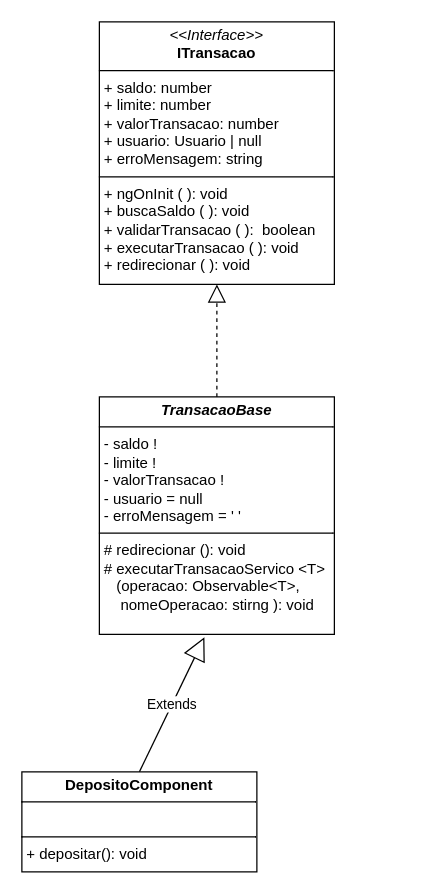
Above: transacao.drawio in alejandrolafuente/SistemaBanco (draw.io), before the change. Source tidied: cells renumbered, new cells numbered last; positions are measured from the earlier drawing's top-left corner, leaving out a move shared by most shapes. Both pictures are drawn from the tidied source at 125%, with x=0, y=0 at pixel (21, 21).
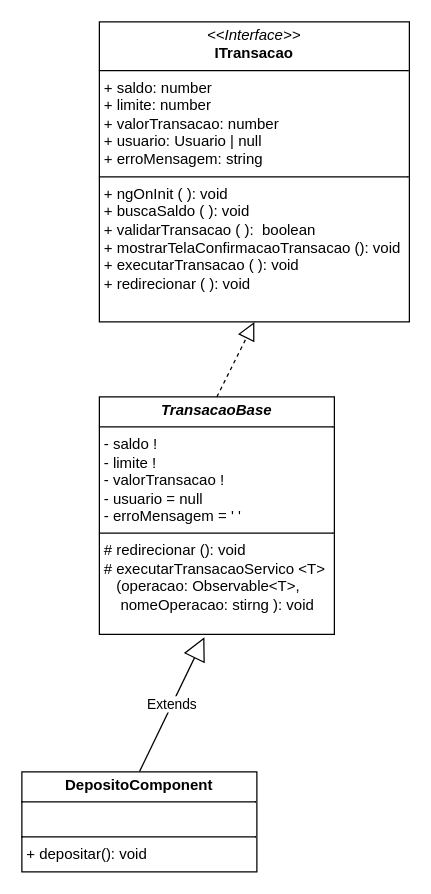
After the change.

The edit, as a diff of the source:
```diff
@@
 <mxGraphModel>
   <root>
     <mxCell id="0" />
     <mxCell id="1" parent="0" />
-    <mxCell id="2" value="&lt;p style=&quot;margin:0px;margin-top:4px;text-align:center;&quot;&gt;&lt;i&gt;&amp;lt;&amp;lt;Interface&amp;gt;&amp;gt;&lt;/i&gt;&lt;br&gt;&lt;b&gt;ITransacao&lt;/b&gt;&lt;/p&gt;&lt;hr size=&quot;1&quot; style=&quot;border-style:solid;&quot;&gt;&lt;p style=&quot;margin:0px;margin-left:4px;&quot;&gt;+ saldo: number&lt;br&gt;+ limite: number&lt;/p&gt;&lt;p style=&quot;margin:0px;margin-left:4px;&quot;&gt;+ valorTransacao: number&lt;/p&gt;&lt;p style=&quot;margin:0px;margin-left:4px;&quot;&gt;+ usuario: Usuario | null&lt;/p&gt;&lt;p style=&quot;margin:0px;margin-left:4px;&quot;&gt;+ erroMensagem: string&lt;/p&gt;&lt;hr size=&quot;1&quot; style=&quot;border-style:solid;&quot;&gt;&lt;p style=&quot;margin:0px;margin-left:4px;&quot;&gt;+ ngOnInit ( ): void&lt;/p&gt;&lt;p style=&quot;margin:0px;margin-left:4px;&quot;&gt;+ buscaSaldo ( ): void&lt;/p&gt;&lt;p style=&quot;margin:0px;margin-left:4px;&quot;&gt;+ validarTransacao ( ):&amp;nbsp; boolean&lt;/p&gt;&lt;p style=&quot;margin:0px;margin-left:4px;&quot;&gt;+ executarTransacao ( ): void&lt;/p&gt;&lt;p style=&quot;margin:0px;margin-left:4px;&quot;&gt;+ redirecionar ( ): void&lt;/p&gt;" style="verticalAlign=top;align=left;overflow=fill;html=1;whiteSpace=wrap;" parent="1" vertex="1">
-      <mxGeometry x="62" width="188" height="210" as="geometry" />
+    <mxCell id="2" value="&lt;p style=&quot;margin:0px;margin-top:4px;text-align:center;&quot;&gt;&lt;i&gt;&amp;lt;&amp;lt;Interface&amp;gt;&amp;gt;&lt;/i&gt;&lt;br&gt;&lt;b&gt;ITransacao&lt;/b&gt;&lt;/p&gt;&lt;hr size=&quot;1&quot; style=&quot;border-style:solid;&quot;&gt;&lt;p style=&quot;margin:0px;margin-left:4px;&quot;&gt;+ saldo: number&lt;br&gt;+ limite: number&lt;/p&gt;&lt;p style=&quot;margin:0px;margin-left:4px;&quot;&gt;+ valorTransacao: number&lt;/p&gt;&lt;p style=&quot;margin:0px;margin-left:4px;&quot;&gt;+ usuario: Usuario | null&lt;/p&gt;&lt;p style=&quot;margin:0px;margin-left:4px;&quot;&gt;+ erroMensagem: string&lt;/p&gt;&lt;hr size=&quot;1&quot; style=&quot;border-style:solid;&quot;&gt;&lt;p style=&quot;margin:0px;margin-left:4px;&quot;&gt;+ ngOnInit ( ): void&lt;/p&gt;&lt;p style=&quot;margin:0px;margin-left:4px;&quot;&gt;+ buscaSaldo ( ): void&lt;/p&gt;&lt;p style=&quot;margin:0px;margin-left:4px;&quot;&gt;+ validarTransacao ( ):&amp;nbsp; boolean&lt;/p&gt;&lt;p style=&quot;margin:0px;margin-left:4px;&quot;&gt;+ mostrarTelaConfirmacaoTransacao (): void&lt;/p&gt;&lt;p style=&quot;margin:0px;margin-left:4px;&quot;&gt;+ executarTransacao ( ): void&lt;/p&gt;&lt;p style=&quot;margin:0px;margin-left:4px;&quot;&gt;+ redirecionar ( ): void&lt;/p&gt;" style="verticalAlign=top;align=left;overflow=fill;html=1;whiteSpace=wrap;" parent="1" vertex="1">
+      <mxGeometry x="62" width="248" height="240" as="geometry" />
     </mxCell>
     <mxCell id="3" style="endArrow=block;dashed=1;endFill=0;endSize=12;html=1;exitX=0.5;exitY=0;exitDx=0;exitDy=0;entryX=0.5;entryY=1;entryDx=0;entryDy=0;" parent="1" edge="1" source="4" target="2">
       <mxGeometry relative="1" as="geometry" />
     </mxCell>
     <mxCell id="4" value="&lt;p style=&quot;margin:0px;margin-top:4px;text-align:center;&quot;&gt;&lt;b&gt;&lt;i&gt;TransacaoBase&lt;/i&gt;&lt;/b&gt;&lt;/p&gt;&lt;hr size=&quot;1&quot; style=&quot;border-style:solid;&quot;&gt;&lt;p style=&quot;margin:0px;margin-left:4px;&quot;&gt;- saldo !&amp;nbsp;&lt;br&gt;- limite !&amp;nbsp;&lt;/p&gt;&lt;p style=&quot;margin:0px;margin-left:4px;&quot;&gt;- valorTransacao !&lt;/p&gt;&lt;p style=&quot;margin:0px;margin-left:4px;&quot;&gt;- usuario = null&lt;/p&gt;&lt;p style=&quot;margin:0px;margin-left:4px;&quot;&gt;- erroMensagem = ' '&lt;/p&gt;&lt;hr size=&quot;1&quot; style=&quot;border-style:solid;&quot;&gt;&lt;p style=&quot;margin:0px;margin-left:4px;&quot;&gt;# redirecionar (): void&lt;/p&gt;&lt;p style=&quot;margin:0px;margin-left:4px;&quot;&gt;# executarTransacaoServico &amp;lt;T&amp;gt;&lt;/p&gt;&lt;p style=&quot;margin:0px;margin-left:4px;&quot;&gt;&amp;nbsp; &amp;nbsp;(operacao: Observable&amp;lt;T&amp;gt;,&amp;nbsp; &amp;nbsp; &amp;nbsp; &amp;nbsp; &amp;nbsp; &amp;nbsp; nomeOperacao: stirng ): void&lt;/p&gt;" style="verticalAlign=top;align=left;overflow=fill;html=1;whiteSpace=wrap;" parent="1" vertex="1">
       <mxGeometry x="62" y="300" width="188" height="190" as="geometry" />
     </mxCell>
     <mxCell id="5" value="Extends" style="endArrow=block;endSize=16;endFill=0;html=1;entryX=0.447;entryY=1.012;entryDx=0;entryDy=0;entryPerimeter=0;exitX=0.5;exitY=0;exitDx=0;exitDy=0;" parent="1" edge="1" source="6" target="4">
       <mxGeometry relative="1" as="geometry" />
     </mxCell>
     <mxCell id="6" value="&lt;p style=&quot;margin:0px;margin-top:4px;text-align:center;&quot;&gt;&lt;b&gt;DepositoComponent&lt;/b&gt;&lt;/p&gt;&lt;hr size=&quot;1&quot; style=&quot;border-style:solid;&quot;&gt;&lt;p style=&quot;margin:0px;margin-left:4px;&quot;&gt;&lt;br&gt;&lt;/p&gt;&lt;hr size=&quot;1&quot; style=&quot;border-style:solid;&quot;&gt;&lt;p style=&quot;margin:0px;margin-left:4px;&quot;&gt;+ depositar(): void&lt;/p&gt;" style="verticalAlign=top;align=left;overflow=fill;html=1;whiteSpace=wrap;" parent="1" vertex="1">
       <mxGeometry y="600" width="188" height="80" as="geometry" />
     </mxCell>
   </root>
 </mxGraphModel>
```
